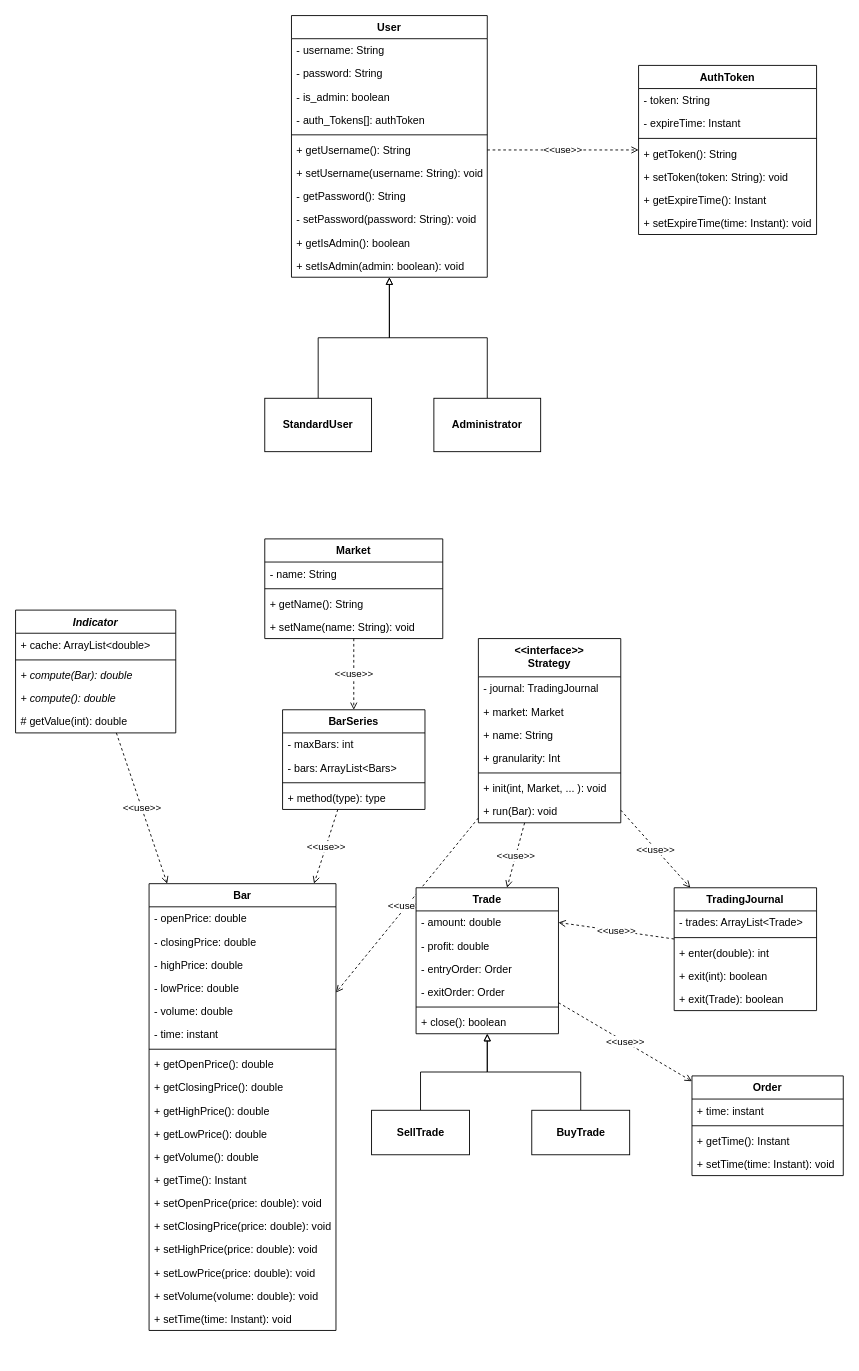
The draw.io diagram page "Server" (2 of 4) of drawio/project.drawio in nferrante1/lsmsd2, before the edit. Source tidied: cells renumbered, new cells numbered last; positions are measured from the earlier drawing's top-left corner, leaving out a move shared by most shapes. Both pictures are drawn from the tidied source at 89%, with x=0, y=0 at pixel (15, 15).
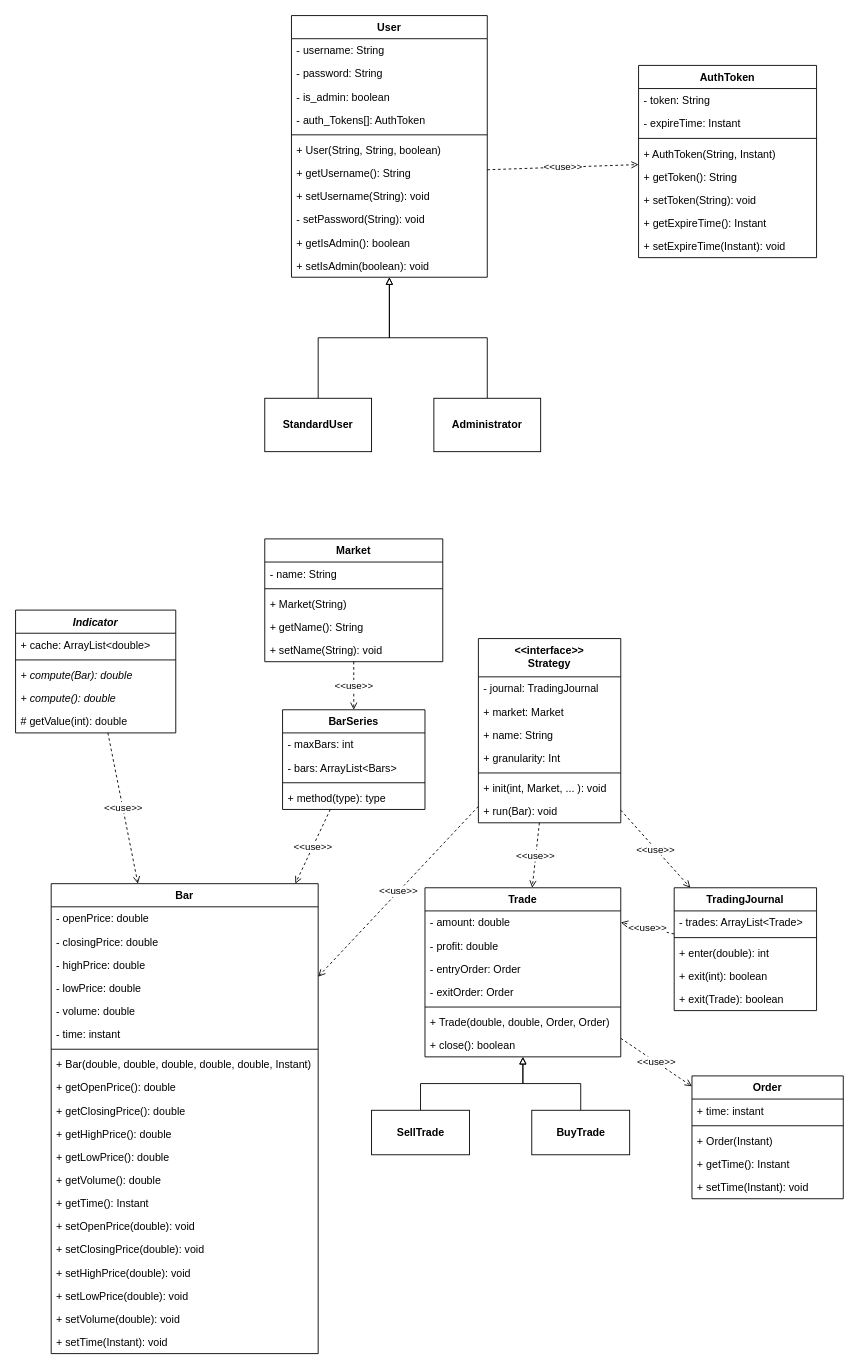
After the change.

Unchanged cells that the change refers to:
```xml
<mxCell id="14" value="User" style="swimlane;fontStyle=1;align=center;verticalAlign=top;horizontal=1;startSize=26;" parent="1" vertex="1">
  <mxGeometry x="310" width="220" height="294" as="geometry" />
</mxCell>
```

What changed in the source:
```diff
@@
     <mxCell id="2" value="AuthToken" style="swimlane;fontStyle=1;align=center;verticalAlign=top;horizontal=1;startSize=26;" parent="1" vertex="1">
-      <mxGeometry x="700" y="56" width="200" height="190" as="geometry" />
+      <mxGeometry x="700" y="56" width="200" height="216" as="geometry" />
     </mxCell>
@@
-    <mxCell id="6" value="+ getToken(): String" style="text;strokeColor=none;fillColor=none;align=left;verticalAlign=top;spacingLeft=4;spacingRight=4;overflow=hidden;fontStyle=0;" parent="2" vertex="1">
+    <mxCell id="6" value="+ AuthToken(String, Instant)" style="text;strokeColor=none;fillColor=none;align=left;verticalAlign=top;spacingLeft=4;spacingRight=4;overflow=hidden;fontStyle=0;" parent="2" vertex="1">
       <mxGeometry y="86" width="200" height="26" as="geometry" />
     </mxCell>
+    <mxCell id="101" value="+ getToken(): String" style="text;strokeColor=none;fillColor=none;align=left;verticalAlign=top;spacingLeft=4;spacingRight=4;overflow=hidden;fontStyle=0;" parent="2" vertex="1">
+      <mxGeometry y="112" width="200" height="26" as="geometry" />
+    </mxCell>
-    <mxCell id="7" value="+ setToken(token: String): void" style="text;strokeColor=none;fillColor=none;align=left;verticalAlign=top;spacingLeft=4;spacingRight=4;overflow=hidden;fontStyle=0;" parent="2" vertex="1">
-      <mxGeometry y="112" width="200" height="26" as="geometry" />
+    <mxCell id="7" value="+ setToken(String): void" style="text;strokeColor=none;fillColor=none;align=left;verticalAlign=top;spacingLeft=4;spacingRight=4;overflow=hidden;fontStyle=0;" parent="2" vertex="1">
+      <mxGeometry y="138" width="200" height="26" as="geometry" />
     </mxCell>
     <mxCell id="8" value="+ getExpireTime(): Instant" style="text;strokeColor=none;fillColor=none;align=left;verticalAlign=top;spacingLeft=4;spacingRight=4;overflow=hidden;fontStyle=0;" parent="2" vertex="1">
-      <mxGeometry y="138" width="200" height="26" as="geometry" />
+      <mxGeometry y="164" width="200" height="26" as="geometry" />
     </mxCell>
-    <mxCell id="9" value="+ setExpireTime(time: Instant): void" style="text;strokeColor=none;fillColor=none;align=left;verticalAlign=top;spacingLeft=4;spacingRight=4;overflow=hidden;fontStyle=0;" parent="2" vertex="1">
-      <mxGeometry y="164" width="200" height="26" as="geometry" />
+    <mxCell id="9" value="+ setExpireTime(Instant): void" style="text;strokeColor=none;fillColor=none;align=left;verticalAlign=top;spacingLeft=4;spacingRight=4;overflow=hidden;fontStyle=0;" parent="2" vertex="1">
+      <mxGeometry y="190" width="200" height="26" as="geometry" />
     </mxCell>
@@
-    <mxCell id="18" value="- auth_Tokens[]: authToken" style="text;strokeColor=none;fillColor=none;align=left;verticalAlign=top;spacingLeft=4;spacingRight=4;overflow=hidden;fontStyle=0;" parent="14" vertex="1">
+    <mxCell id="18" value="- auth_Tokens[]: AuthToken" style="text;strokeColor=none;fillColor=none;align=left;verticalAlign=top;spacingLeft=4;spacingRight=4;overflow=hidden;fontStyle=0;" parent="14" vertex="1">
       <mxGeometry y="104" width="220" height="26" as="geometry" />
     </mxCell>
@@
+    <mxCell id="102" value="+ User(String, String, boolean)" style="text;strokeColor=none;fillColor=none;align=left;verticalAlign=top;spacingLeft=4;spacingRight=4;overflow=hidden;fontStyle=0;" parent="14" vertex="1">
+      <mxGeometry y="138" width="220" height="26" as="geometry" />
+    </mxCell>
     <mxCell id="20" value="+ getUsername(): String" style="text;strokeColor=none;fillColor=none;align=left;verticalAlign=top;spacingLeft=4;spacingRight=4;overflow=hidden;points=[[0,0.5],[1,0.5]];portConstraint=eastwest;fontStyle=0;" parent="14" vertex="1">
-      <mxGeometry y="138" width="220" height="26" as="geometry" />
+      <mxGeometry y="164" width="220" height="26" as="geometry" />
     </mxCell>
-    <mxCell id="21" value="+ setUsername(username: String): void" style="text;strokeColor=none;fillColor=none;align=left;verticalAlign=top;spacingLeft=4;spacingRight=4;overflow=hidden;fontStyle=0;" parent="14" vertex="1">
-      <mxGeometry y="164" width="220" height="26" as="geometry" />
+    <mxCell id="21" value="+ setUsername(String): void" style="text;strokeColor=none;fillColor=none;align=left;verticalAlign=top;spacingLeft=4;spacingRight=4;overflow=hidden;fontStyle=0;" parent="14" vertex="1">
+      <mxGeometry y="190" width="220" height="26" as="geometry" />
     </mxCell>
-    <mxCell id="22" value="- getPassword(): String" style="text;strokeColor=none;fillColor=none;align=left;verticalAlign=top;spacingLeft=4;spacingRight=4;overflow=hidden;fontStyle=0;" parent="14" vertex="1">
-      <mxGeometry y="190" width="220" height="26" as="geometry" />
-    </mxCell>
-    <mxCell id="23" value="- setPassword(password: String): void" style="text;strokeColor=none;fillColor=none;align=left;verticalAlign=top;spacingLeft=4;spacingRight=4;overflow=hidden;fontStyle=0;" parent="14" vertex="1">
+    <mxCell id="23" value="- setPassword(String): void" style="text;strokeColor=none;fillColor=none;align=left;verticalAlign=top;spacingLeft=4;spacingRight=4;overflow=hidden;fontStyle=0;" parent="14" vertex="1">
       <mxGeometry y="216" width="220" height="26" as="geometry" />
     </mxCell>
@@
-    <mxCell id="25" value="+ setIsAdmin(admin: boolean): void" style="text;strokeColor=none;fillColor=none;align=left;verticalAlign=top;spacingLeft=4;spacingRight=4;overflow=hidden;fontStyle=0;" parent="14" vertex="1">
+    <mxCell id="25" value="+ setIsAdmin(boolean): void" style="text;strokeColor=none;fillColor=none;align=left;verticalAlign=top;spacingLeft=4;spacingRight=4;overflow=hidden;fontStyle=0;" parent="14" vertex="1">
       <mxGeometry y="268" width="220" height="26" as="geometry" />
     </mxCell>
@@
     <mxCell id="27" value="Market" style="swimlane;fontStyle=1;align=center;verticalAlign=top;horizontal=1;startSize=26;" parent="1" vertex="1">
-      <mxGeometry x="280" y="588" width="200" height="112" as="geometry" />
+      <mxGeometry x="280" y="588" width="200" height="138" as="geometry" />
     </mxCell>
@@
+    <mxCell id="103" value="+ Market(String)" style="text;strokeColor=none;fillColor=none;align=left;verticalAlign=top;spacingLeft=4;spacingRight=4;overflow=hidden;fontStyle=0;" parent="27" vertex="1">
+      <mxGeometry y="60" width="200" height="26" as="geometry" />
+    </mxCell>
     <mxCell id="30" value="+ getName(): String" style="text;strokeColor=none;fillColor=none;align=left;verticalAlign=top;spacingLeft=4;spacingRight=4;overflow=hidden;fontStyle=0;" parent="27" vertex="1">
-      <mxGeometry y="60" width="200" height="26" as="geometry" />
+      <mxGeometry y="86" width="200" height="26" as="geometry" />
     </mxCell>
-    <mxCell id="31" value="+ setName(name: String): void" style="text;strokeColor=none;fillColor=none;align=left;verticalAlign=top;spacingLeft=4;spacingRight=4;overflow=hidden;fontStyle=0;" parent="27" vertex="1">
-      <mxGeometry y="86" width="200" height="26" as="geometry" />
+    <mxCell id="31" value="+ setName(String): void" style="text;strokeColor=none;fillColor=none;align=left;verticalAlign=top;spacingLeft=4;spacingRight=4;overflow=hidden;fontStyle=0;" parent="27" vertex="1">
+      <mxGeometry y="112" width="200" height="26" as="geometry" />
     </mxCell>
-    <mxCell id="32" value="&amp;lt;&amp;lt;use&amp;gt;&amp;gt;" style="edgeStyle=orthogonalEdgeStyle;rounded=0;jettySize=auto;html=1;endArrow=open;endFill=0;dashed=1;" parent="1" edge="1" source="20" target="2">
+    <mxCell id="32" value="&amp;lt;&amp;lt;use&amp;gt;&amp;gt;" style="rounded=0;jettySize=auto;html=1;endArrow=open;endFill=0;dashed=1;" parent="1" edge="1" source="20" target="2">
       <mxGeometry relative="1" as="geometry" />
     </mxCell>
@@
     <mxCell id="45" value="Trade" style="swimlane;fontStyle=1;align=center;verticalAlign=top;horizontal=1;startSize=26;" parent="1" vertex="1">
-      <mxGeometry x="450" y="980" width="160" height="164" as="geometry" />
+      <mxGeometry x="460" y="980" width="220" height="190" as="geometry" />
     </mxCell>
     <mxCell id="46" value="- amount: double" style="text;strokeColor=none;fillColor=none;align=left;verticalAlign=top;spacingLeft=4;spacingRight=4;overflow=hidden;points=[[0,0.5],[1,0.5]];portConstraint=eastwest;" parent="45" vertex="1">
-      <mxGeometry y="26" width="160" height="26" as="geometry" />
+      <mxGeometry y="26" width="220" height="26" as="geometry" />
     </mxCell>
     <mxCell id="47" value="- profit: double" style="text;strokeColor=none;fillColor=none;align=left;verticalAlign=top;spacingLeft=4;spacingRight=4;overflow=hidden;" parent="45" vertex="1">
-      <mxGeometry y="52" width="160" height="26" as="geometry" />
+      <mxGeometry y="52" width="220" height="26" as="geometry" />
     </mxCell>
     <mxCell id="48" value="- entryOrder: Order" style="text;strokeColor=none;fillColor=none;align=left;verticalAlign=top;spacingLeft=4;spacingRight=4;overflow=hidden;" parent="45" vertex="1">
-      <mxGeometry y="78" width="160" height="26" as="geometry" />
+      <mxGeometry y="78" width="220" height="26" as="geometry" />
     </mxCell>
     <mxCell id="49" value="- exitOrder: Order" style="text;strokeColor=none;fillColor=none;align=left;verticalAlign=top;spacingLeft=4;spacingRight=4;overflow=hidden;" parent="45" vertex="1">
-      <mxGeometry y="104" width="160" height="26" as="geometry" />
+      <mxGeometry y="104" width="220" height="26" as="geometry" />
     </mxCell>
     <mxCell id="50" style="line;strokeWidth=1;fillColor=none;align=left;verticalAlign=middle;spacingTop=-1;spacingLeft=3;spacingRight=3;labelPosition=right;" parent="45" vertex="1">
-      <mxGeometry y="130" width="160" height="8" as="geometry" />
+      <mxGeometry y="130" width="220" height="8" as="geometry" />
     </mxCell>
+    <mxCell id="104" value="+ Trade(double, double, Order, Order)" style="text;strokeColor=none;fillColor=none;align=left;verticalAlign=top;spacingLeft=4;spacingRight=4;overflow=hidden;" parent="45" vertex="1">
+      <mxGeometry y="138" width="220" height="26" as="geometry" />
+    </mxCell>
     <mxCell id="51" value="+ close(): boolean" style="text;strokeColor=none;fillColor=none;align=left;verticalAlign=top;spacingLeft=4;spacingRight=4;overflow=hidden;" parent="45" vertex="1">
-      <mxGeometry y="138" width="160" height="26" as="geometry" />
+      <mxGeometry y="164" width="220" height="26" as="geometry" />
     </mxCell>
     <mxCell id="52" value="Bar" style="swimlane;fontStyle=1;align=center;verticalAlign=top;horizontal=1;startSize=26;" parent="1" vertex="1">
-      <mxGeometry x="150" y="975.4" width="210" height="502" as="geometry" />
+      <mxGeometry x="40" y="975.4" width="300" height="528" as="geometry" />
     </mxCell>
     <mxCell id="53" value="- openPrice: double" style="text;strokeColor=none;fillColor=none;align=left;verticalAlign=top;spacingLeft=4;spacingRight=4;overflow=hidden;" parent="52" vertex="1">
-      <mxGeometry y="26" width="210" height="26" as="geometry" />
+      <mxGeometry y="26" width="300" height="26" as="geometry" />
     </mxCell>
     <mxCell id="54" value="- closingPrice: double" style="text;strokeColor=none;fillColor=none;align=left;verticalAlign=top;spacingLeft=4;spacingRight=4;overflow=hidden;" parent="52" vertex="1">
-      <mxGeometry y="52" width="210" height="26" as="geometry" />
+      <mxGeometry y="52" width="300" height="26" as="geometry" />
     </mxCell>
     <mxCell id="55" value="- highPrice: double" style="text;strokeColor=none;fillColor=none;align=left;verticalAlign=top;spacingLeft=4;spacingRight=4;overflow=hidden;" parent="52" vertex="1">
-      <mxGeometry y="78" width="210" height="26" as="geometry" />
+      <mxGeometry y="78" width="300" height="26" as="geometry" />
     </mxCell>
     <mxCell id="56" value="- lowPrice: double" style="text;strokeColor=none;fillColor=none;align=left;verticalAlign=top;spacingLeft=4;spacingRight=4;overflow=hidden;" parent="52" vertex="1">
-      <mxGeometry y="104" width="210" height="26" as="geometry" />
+      <mxGeometry y="104" width="300" height="26" as="geometry" />
     </mxCell>
     <mxCell id="57" value="- volume: double" style="text;strokeColor=none;fillColor=none;align=left;verticalAlign=top;spacingLeft=4;spacingRight=4;overflow=hidden;" parent="52" vertex="1">
-      <mxGeometry y="130" width="210" height="26" as="geometry" />
+      <mxGeometry y="130" width="300" height="26" as="geometry" />
     </mxCell>
     <mxCell id="58" value="- time: instant" style="text;strokeColor=none;fillColor=none;align=left;verticalAlign=top;spacingLeft=4;spacingRight=4;overflow=hidden;" parent="52" vertex="1">
-      <mxGeometry y="156" width="210" height="26" as="geometry" />
+      <mxGeometry y="156" width="300" height="26" as="geometry" />
     </mxCell>
     <mxCell id="59" style="line;strokeWidth=1;fillColor=none;align=left;verticalAlign=middle;spacingTop=-1;spacingLeft=3;spacingRight=3;labelPosition=right;" parent="52" vertex="1">
-      <mxGeometry y="182" width="210" height="8" as="geometry" />
+      <mxGeometry y="182" width="300" height="8" as="geometry" />
     </mxCell>
+    <mxCell id="105" value="+ Bar(double, double, double, double, double, Instant)" style="text;strokeColor=none;fillColor=none;align=left;verticalAlign=top;spacingLeft=4;spacingRight=4;overflow=hidden;" parent="52" vertex="1">
+      <mxGeometry y="190" width="300" height="26" as="geometry" />
+    </mxCell>
     <mxCell id="60" value="+ getOpenPrice(): double" style="text;strokeColor=none;fillColor=none;align=left;verticalAlign=top;spacingLeft=4;spacingRight=4;overflow=hidden;" parent="52" vertex="1">
-      <mxGeometry y="190" width="210" height="26" as="geometry" />
+      <mxGeometry y="216" width="300" height="26" as="geometry" />
     </mxCell>
     <mxCell id="61" value="+ getClosingPrice(): double" style="text;strokeColor=none;fillColor=none;align=left;verticalAlign=top;spacingLeft=4;spacingRight=4;overflow=hidden;" parent="52" vertex="1">
-      <mxGeometry y="216" width="210" height="26" as="geometry" />
+      <mxGeometry y="242" width="300" height="26" as="geometry" />
     </mxCell>
     <mxCell id="62" value="+ getHighPrice(): double" style="text;strokeColor=none;fillColor=none;align=left;verticalAlign=top;spacingLeft=4;spacingRight=4;overflow=hidden;" parent="52" vertex="1">
-      <mxGeometry y="242" width="210" height="26" as="geometry" />
+      <mxGeometry y="268" width="300" height="26" as="geometry" />
     </mxCell>
     <mxCell id="63" value="+ getLowPrice(): double" style="text;strokeColor=none;fillColor=none;align=left;verticalAlign=top;spacingLeft=4;spacingRight=4;overflow=hidden;" parent="52" vertex="1">
-      <mxGeometry y="268" width="210" height="26" as="geometry" />
+      <mxGeometry y="294" width="300" height="26" as="geometry" />
     </mxCell>
     <mxCell id="64" value="+ getVolume(): double" style="text;strokeColor=none;fillColor=none;align=left;verticalAlign=top;spacingLeft=4;spacingRight=4;overflow=hidden;" parent="52" vertex="1">
-      <mxGeometry y="294" width="210" height="26" as="geometry" />
+      <mxGeometry y="320" width="300" height="26" as="geometry" />
     </mxCell>
     <mxCell id="65" value="+ getTime(): Instant" style="text;strokeColor=none;fillColor=none;align=left;verticalAlign=top;spacingLeft=4;spacingRight=4;overflow=hidden;" parent="52" vertex="1">
-      <mxGeometry y="320" width="210" height="26" as="geometry" />
+      <mxGeometry y="346" width="300" height="26" as="geometry" />
     </mxCell>
-    <mxCell id="66" value="+ setOpenPrice(price: double): void" style="text;strokeColor=none;fillColor=none;align=left;verticalAlign=top;spacingLeft=4;spacingRight=4;overflow=hidden;" parent="52" vertex="1">
-      <mxGeometry y="346" width="210" height="26" as="geometry" />
+    <mxCell id="66" value="+ setOpenPrice(double): void" style="text;strokeColor=none;fillColor=none;align=left;verticalAlign=top;spacingLeft=4;spacingRight=4;overflow=hidden;" parent="52" vertex="1">
+      <mxGeometry y="372" width="300" height="26" as="geometry" />
     </mxCell>
-    <mxCell id="67" value="+ setClosingPrice(price: double): void" style="text;strokeColor=none;fillColor=none;align=left;verticalAlign=top;spacingLeft=4;spacingRight=4;overflow=hidden;" parent="52" vertex="1">
-      <mxGeometry y="372" width="210" height="26" as="geometry" />
+    <mxCell id="67" value="+ setClosingPrice(double): void" style="text;strokeColor=none;fillColor=none;align=left;verticalAlign=top;spacingLeft=4;spacingRight=4;overflow=hidden;" parent="52" vertex="1">
+      <mxGeometry y="398" width="300" height="26" as="geometry" />
     </mxCell>
-    <mxCell id="68" value="+ setHighPrice(price: double): void" style="text;strokeColor=none;fillColor=none;align=left;verticalAlign=top;spacingLeft=4;spacingRight=4;overflow=hidden;" parent="52" vertex="1">
-      <mxGeometry y="398" width="210" height="26" as="geometry" />
+    <mxCell id="68" value="+ setHighPrice(double): void" style="text;strokeColor=none;fillColor=none;align=left;verticalAlign=top;spacingLeft=4;spacingRight=4;overflow=hidden;" parent="52" vertex="1">
+      <mxGeometry y="424" width="300" height="26" as="geometry" />
     </mxCell>
-    <mxCell id="69" value="+ setLowPrice(price: double): void" style="text;strokeColor=none;fillColor=none;align=left;verticalAlign=top;spacingLeft=4;spacingRight=4;overflow=hidden;" parent="52" vertex="1">
-      <mxGeometry y="424" width="210" height="26" as="geometry" />
+    <mxCell id="69" value="+ setLowPrice(double): void" style="text;strokeColor=none;fillColor=none;align=left;verticalAlign=top;spacingLeft=4;spacingRight=4;overflow=hidden;" parent="52" vertex="1">
+      <mxGeometry y="450" width="300" height="26" as="geometry" />
     </mxCell>
-    <mxCell id="70" value="+ setVolume(volume: double): void" style="text;strokeColor=none;fillColor=none;align=left;verticalAlign=top;spacingLeft=4;spacingRight=4;overflow=hidden;" parent="52" vertex="1">
-      <mxGeometry y="450" width="210" height="26" as="geometry" />
+    <mxCell id="70" value="+ setVolume(double): void" style="text;strokeColor=none;fillColor=none;align=left;verticalAlign=top;spacingLeft=4;spacingRight=4;overflow=hidden;" parent="52" vertex="1">
+      <mxGeometry y="476" width="300" height="26" as="geometry" />
     </mxCell>
-    <mxCell id="71" value="+ setTime(time: Instant): void" style="text;strokeColor=none;fillColor=none;align=left;verticalAlign=top;spacingLeft=4;spacingRight=4;overflow=hidden;" parent="52" vertex="1">
-      <mxGeometry y="476" width="210" height="26" as="geometry" />
+    <mxCell id="71" value="+ setTime(Instant): void" style="text;strokeColor=none;fillColor=none;align=left;verticalAlign=top;spacingLeft=4;spacingRight=4;overflow=hidden;" parent="52" vertex="1">
+      <mxGeometry y="502" width="300" height="26" as="geometry" />
     </mxCell>
@@
     <mxCell id="83" value="Order" style="swimlane;fontStyle=1;align=center;verticalAlign=top;horizontal=1;startSize=26;" parent="1" vertex="1">
-      <mxGeometry x="760" y="1191.4" width="170" height="112" as="geometry" />
+      <mxGeometry x="760" y="1191.4" width="170" height="138" as="geometry" />
     </mxCell>
@@
-    <mxCell id="86" value="+ getTime(): Instant" style="text;strokeColor=none;fillColor=none;align=left;verticalAlign=top;spacingLeft=4;spacingRight=4;overflow=hidden;" parent="83" vertex="1">
+    <mxCell id="86" value="+ Order(Instant)" style="text;strokeColor=none;fillColor=none;align=left;verticalAlign=top;spacingLeft=4;spacingRight=4;overflow=hidden;" parent="83" vertex="1">
       <mxGeometry y="60" width="170" height="26" as="geometry" />
     </mxCell>
+    <mxCell id="106" value="+ getTime(): Instant" style="text;strokeColor=none;fillColor=none;align=left;verticalAlign=top;spacingLeft=4;spacingRight=4;overflow=hidden;" parent="83" vertex="1">
+      <mxGeometry y="86" width="170" height="26" as="geometry" />
+    </mxCell>
-    <mxCell id="87" value="+ setTime(time: Instant): void" style="text;strokeColor=none;fillColor=none;align=left;verticalAlign=top;spacingLeft=4;spacingRight=4;overflow=hidden;" parent="83" vertex="1">
-      <mxGeometry y="86" width="170" height="26" as="geometry" />
+    <mxCell id="87" value="+ setTime(Instant): void" style="text;strokeColor=none;fillColor=none;align=left;verticalAlign=top;spacingLeft=4;spacingRight=4;overflow=hidden;" parent="83" vertex="1">
+      <mxGeometry y="112" width="170" height="26" as="geometry" />
     </mxCell>
```
